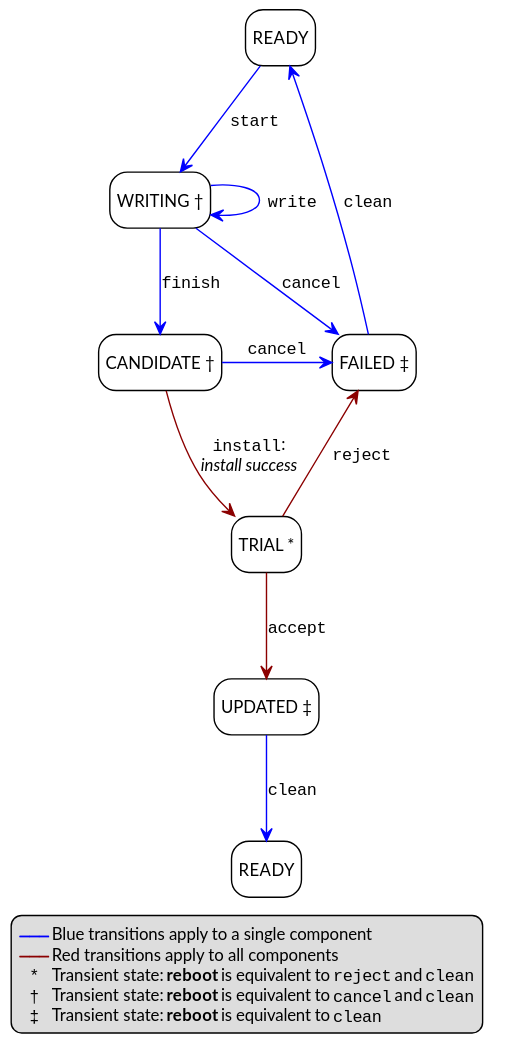
Earlier version of the PlantUML export doc/fwu/figure/states/no-reboot-volatile.svg (ARM-software/psa-api). Its source is kept beside it as doc/fwu/figure/states/no-reboot-volatile.puml. Its diagram source:
```plantuml
@startuml

!include atg-spec.pumh


skinparam LegendFontSize 12

legend bottom
  <color:blue>--""———""--</color> Blue transitions apply to a single component
  <color:darkred>--""———""--</color> Red transitions apply to all components
  "" * "" Transient state: **reboot** is equivalent to ""reject"" and ""clean""
  "" † "" Transient state: **reboot** is equivalent to ""cancel"" and ""clean""
  "" ‡ "" Transient state: **reboot** is equivalent to ""clean""
end legend

state Start as "READY"
state Writing as "WRITING †"
state Candidate as "CANDIDATE †"
state Failed as "FAILED ‡"
state Trial as "TRIAL *"
state Updated as "UPDATED ‡"
state End as "READY"

Start -[#blue]-> Writing : ""start""
Writing -[#blue]-> Writing : ""write""
Writing -[#blue]-> Candidate : ""finish""
Writing -d[#blue]-> Failed : ""cancel""
Candidate -[#darkred]-> Trial : ""install"":\n//install success//
Candidate -r[#blue]-> Failed : ""cancel""

Trial -[#darkred]-> Updated : ""accept""

Failed -u[#blue]-> Start: ""clean""
Trial -u[#darkred]-> Failed : ""reject""

Updated -[#blue]-> End : ""clean""
@enduml
```
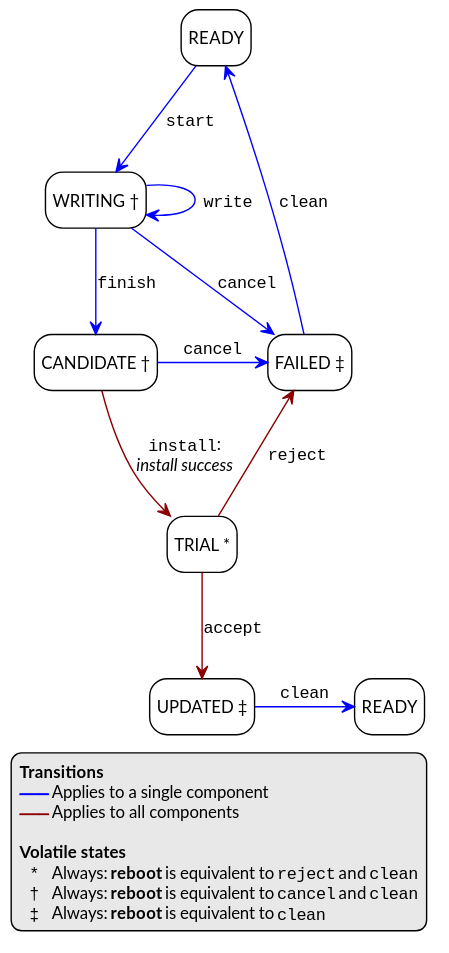
The same diagram one commit later.

What changed in the source:
```diff
@@ -5,12 +5,15 @@
 
 skinparam LegendFontSize 12
 
-legend bottom
-  <color:blue>--""———""--</color> Blue transitions apply to a single component
-  <color:darkred>--""———""--</color> Red transitions apply to all components
-  "" * "" Transient state: **reboot** is equivalent to ""reject"" and ""clean""
-  "" † "" Transient state: **reboot** is equivalent to ""cancel"" and ""clean""
-  "" ‡ "" Transient state: **reboot** is equivalent to ""clean""
+legend
+  **Transitions**
+  <color:blue>--""———""--</color> Applies to a single component
+  <color:darkred>--""———""--</color> Applies to all components
+
+  **Volatile states**
+  "" * "" Always: **reboot** is equivalent to ""reject"" and ""clean""
+  "" † "" Always: **reboot** is equivalent to ""cancel"" and ""clean""
+  "" ‡ "" Always: **reboot** is equivalent to ""clean""
 end legend
 
 state Start as "READY"
@@ -24,7 +27,7 @@
 Start -[#blue]-> Writing : ""start""
 Writing -[#blue]-> Writing : ""write""
 Writing -[#blue]-> Candidate : ""finish""
-Writing -d[#blue]-> Failed : ""cancel""
+Writing -[#blue]-> Failed : ""cancel""
 Candidate -[#darkred]-> Trial : ""install"":\n//install success//
 Candidate -r[#blue]-> Failed : ""cancel""
 
@@ -33,5 +36,5 @@
 Failed -u[#blue]-> Start: ""clean""
 Trial -u[#darkred]-> Failed : ""reject""
 
-Updated -[#blue]-> End : ""clean""
+Updated -r[#blue]-> End : ""clean""
 @enduml
```
